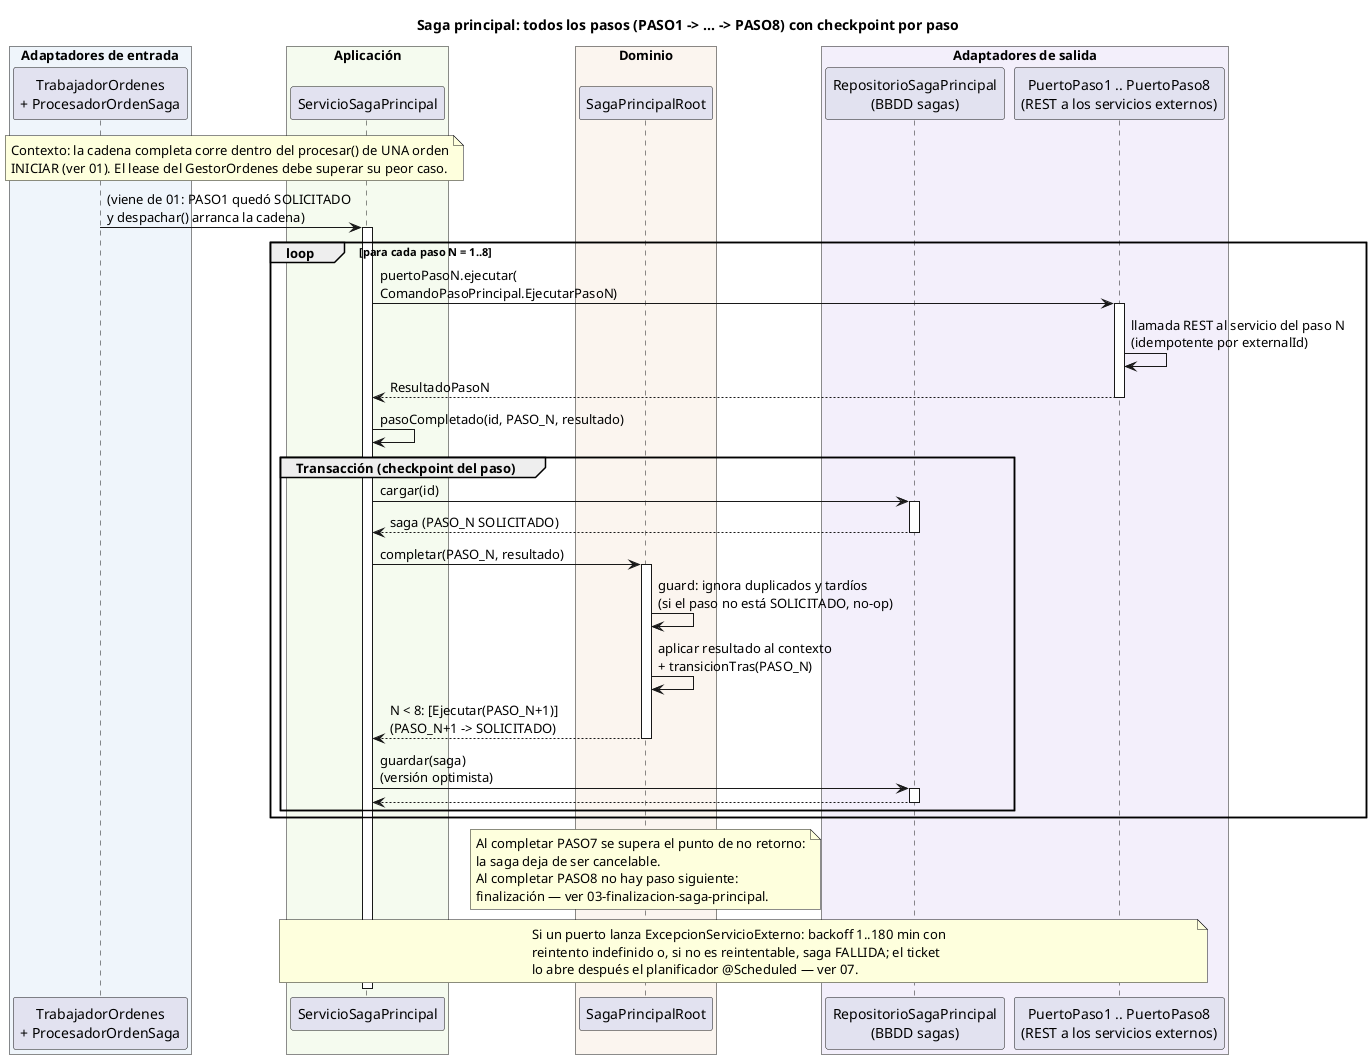
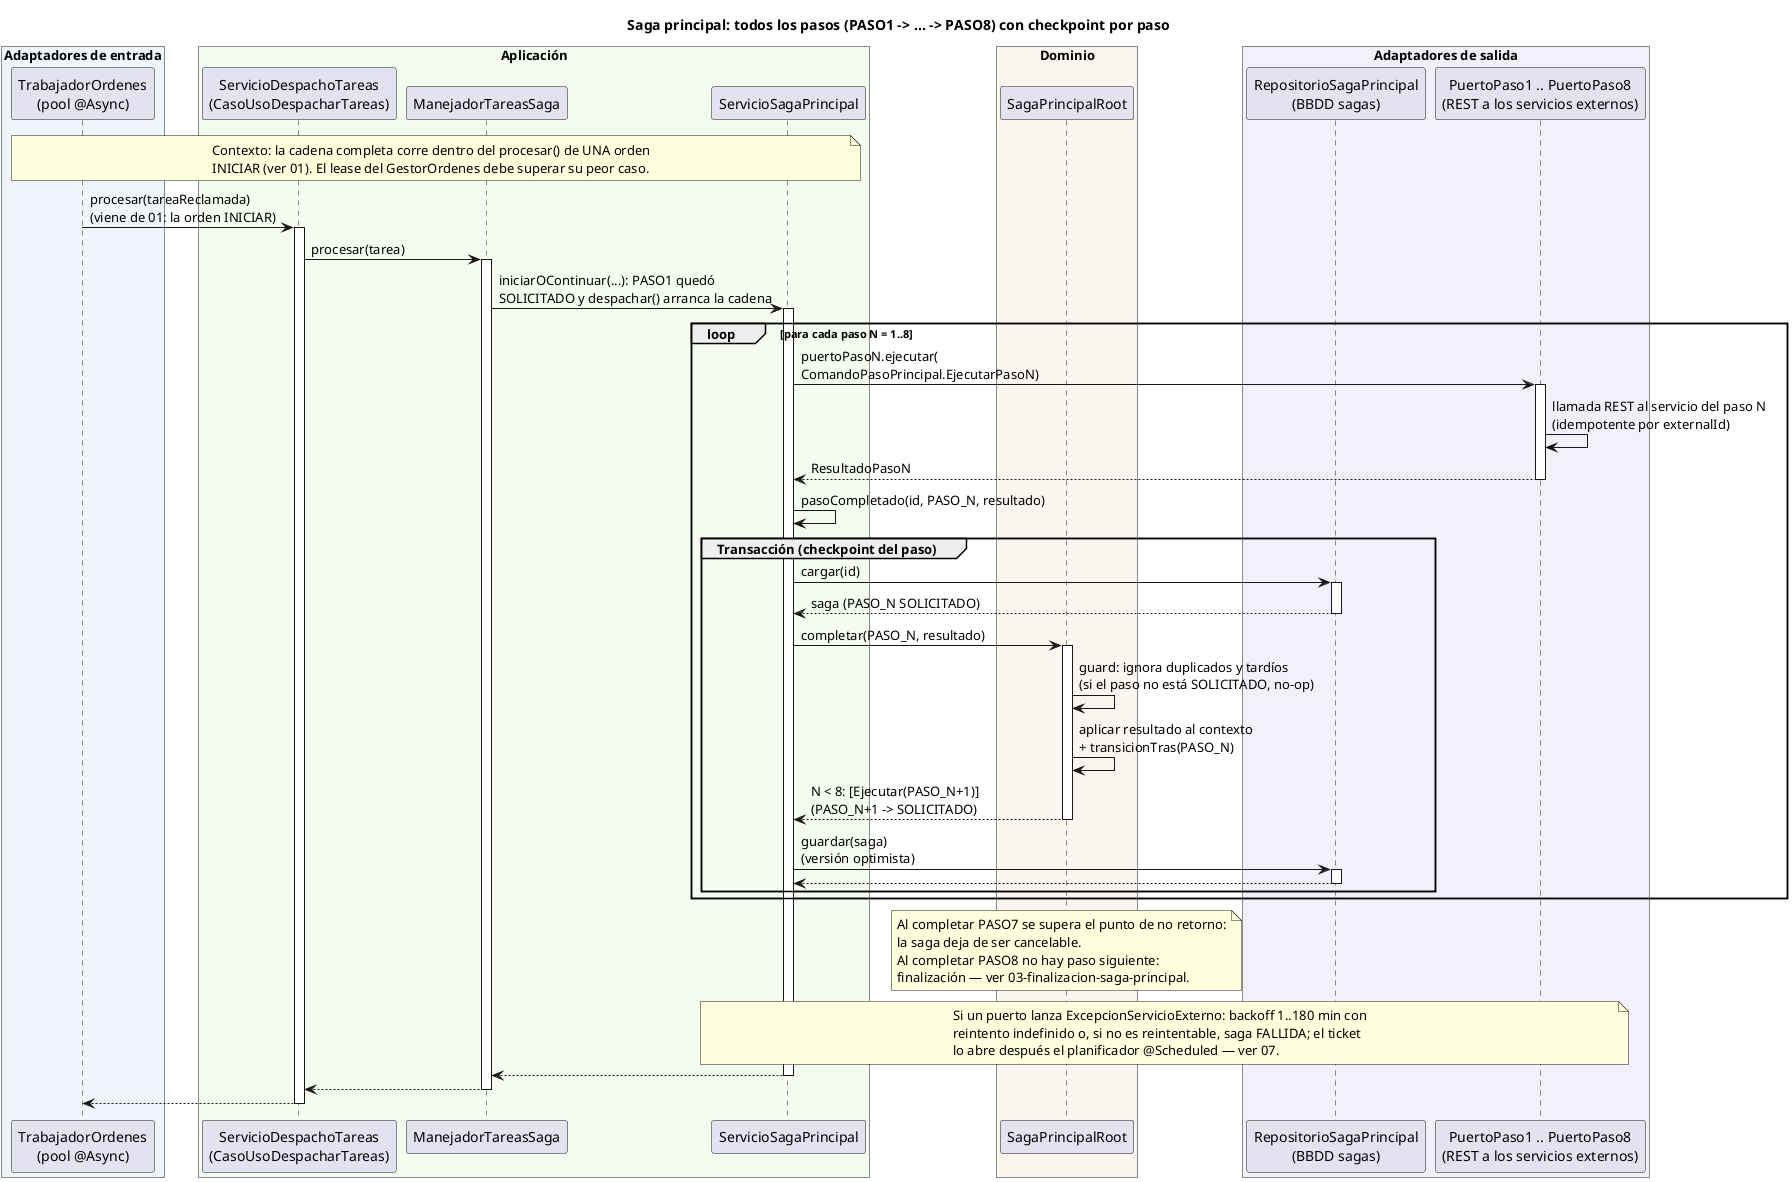
@startuml 02-pasos-saga-principal
title Saga principal: todos los pasos (PASO1 -> ... -> PASO8) con checkpoint por paso

box "Adaptadores de entrada" #EFF5FB
-   participant "TrabajadorOrdenes\n+ ProcesadorOrdenSaga" as TRAB
+   participant "TrabajadorOrdenes\n(pool @Async)" as TRAB
end box
box "Aplicación" #F5FBEF
+   participant "ServicioDespachoTareas\n(CasoUsoDespacharTareas)" as DESP
+   participant "ManejadorTareasSaga" as MANEJ
  participant "ServicioSagaPrincipal" as SVC
end box
box "Dominio" #FBF5EF
  participant "SagaPrincipalRoot" as SAGA
end box
box "Adaptadores de salida" #F3EFFB
  participant "RepositorioSagaPrincipal\n(BBDD sagas)" as REPO
  participant "PuertoPaso1 .. PuertoPaso8\n(REST a los servicios externos)" as PASOS
end box

note over TRAB, SVC
  Contexto: la cadena completa corre dentro del procesar() de UNA orden
  INICIAR (ver 01). El lease del GestorOrdenes debe superar su peor caso.
end note

- TRAB -> SVC ++ : (viene de 01: PASO1 quedó SOLICITADO\ny despachar() arranca la cadena)
+ TRAB -> DESP ++ : procesar(tareaReclamada)\n(viene de 01: la orden INICIAR)
+ DESP -> MANEJ ++ : procesar(tarea)
+ MANEJ -> SVC ++ : iniciarOContinuar(...): PASO1 quedó\nSOLICITADO y despachar() arranca la cadena

loop para cada paso N = 1..8
  SVC -> PASOS ++ : puertoPasoN.ejecutar(\nComandoPasoPrincipal.EjecutarPasoN)
  PASOS -> PASOS : llamada REST al servicio del paso N\n(idempotente por externalId)
  return ResultadoPasoN

  SVC -> SVC : pasoCompletado(id, PASO_N, resultado)
  group Transacción (checkpoint del paso)
    SVC -> REPO ++ : cargar(id)
    return saga (PASO_N SOLICITADO)
    SVC -> SAGA ++ : completar(PASO_N, resultado)
    SAGA -> SAGA : guard: ignora duplicados y tardíos\n(si el paso no está SOLICITADO, no-op)
    SAGA -> SAGA : aplicar resultado al contexto\n+ transicionTras(PASO_N)
    return N < 8: [Ejecutar(PASO_N+1)]\n(PASO_N+1 -> SOLICITADO)
    SVC -> REPO ++ : guardar(saga)\n(versión optimista)
    return
  end
end

note over SAGA
  Al completar PASO7 se supera el punto de no retorno:
  la saga deja de ser cancelable.
  Al completar PASO8 no hay paso siguiente:
  finalización — ver 03-finalizacion-saga-principal.
end note

note over SVC, PASOS
  Si un puerto lanza ExcepcionServicioExterno: backoff 1..180 min con
  reintento indefinido o, si no es reintentable, saga FALLIDA; el ticket
  lo abre después el planificador @Scheduled — ver 07.
end note
- deactivate SVC
+ return
+ return
+ return
@enduml
